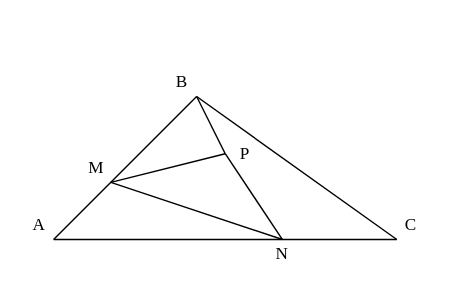
Earlier version of the draw.io diagram page "第 9 页" (9 of 14) of 未命名绘图.drawio (RunningManlt/bj18). Source tidied: cells renumbered, new cells numbered last; positions are measured from the earlier drawing's top-left corner, leaving out a move shared by most shapes. Both pictures are drawn from the tidied source at 143%, with x=0, y=0 at pixel (24, 67).
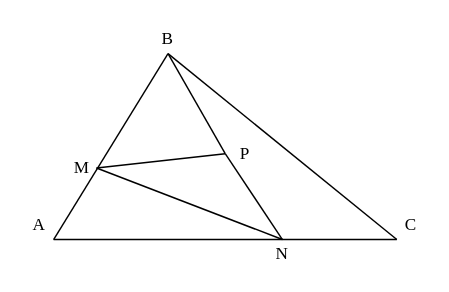
After the change.

Commit message:
更新未命名绘图.drawio

Diff of the diagram source:
```diff
@@
     <mxCell id="3" style="endArrow=none;html=1;" parent="1" edge="1">
       <mxGeometry relative="1" as="geometry">
         <mxPoint x="20" y="120" as="sourcePoint" />
-        <mxPoint x="120" y="20" as="targetPoint" />
+        <mxPoint x="100" y="-10" as="targetPoint" />
       </mxGeometry>
     </mxCell>
     <mxCell id="4" style="endArrow=none;html=1;" parent="1" edge="1">
       <mxGeometry relative="1" as="geometry">
-        <mxPoint x="120" y="20" as="sourcePoint" />
+        <mxPoint x="100" y="-10" as="sourcePoint" />
         <mxPoint x="260" y="120" as="targetPoint" />
       </mxGeometry>
     </mxCell>
-    <mxCell id="5" style="endArrow=none;html=1;" parent="1" edge="1">
+    <mxCell id="5" style="endArrow=none;html=1;entryX=1;entryY=0.5;entryDx=0;entryDy=0;" parent="1" edge="1" target="12">
       <mxGeometry relative="1" as="geometry">
         <mxPoint x="180" y="120" as="sourcePoint" />
-        <mxPoint x="60" y="80" as="targetPoint" />
       </mxGeometry>
     </mxCell>
-    <mxCell id="6" style="endArrow=none;html=1;" parent="1" edge="1">
+    <mxCell id="6" style="endArrow=none;html=1;exitX=1;exitY=0.5;exitDx=0;exitDy=0;" parent="1" edge="1" source="12">
       <mxGeometry relative="1" as="geometry">
-        <mxPoint x="60" y="80" as="sourcePoint" />
         <mxPoint x="140" y="60" as="targetPoint" />
       </mxGeometry>
     </mxCell>
@@
-    <mxCell id="8" style="endArrow=none;html=1;" parent="1" edge="1">
-      <mxGeometry relative="1" as="geometry">
-        <mxPoint x="120" y="20" as="sourcePoint" />
-        <mxPoint x="140" y="60" as="targetPoint" />
-      </mxGeometry>
-    </mxCell>
@@
     <mxCell id="12" value="&lt;font face=&quot;Times New Roman&quot;&gt;M&lt;/font&gt;" style="text;html=1;strokeColor=none;fillColor=none;align=center;verticalAlign=middle;whiteSpace=wrap;rounded=0;" parent="1" vertex="1">
-      <mxGeometry x="40" y="60" width="20" height="20" as="geometry" />
+      <mxGeometry x="30" y="60" width="20" height="20" as="geometry" />
     </mxCell>
     <mxCell id="13" value="&lt;font face=&quot;Times New Roman&quot;&gt;B&lt;/font&gt;" style="text;html=1;strokeColor=none;fillColor=none;align=center;verticalAlign=middle;whiteSpace=wrap;rounded=0;" parent="1" vertex="1">
-      <mxGeometry x="100" width="20" height="20" as="geometry" />
+      <mxGeometry x="90" y="-30" width="20" height="20" as="geometry" />
     </mxCell>
@@
+    <mxCell id="15" style="endArrow=none;html=1;entryX=0.5;entryY=1;entryDx=0;entryDy=0;" parent="1" edge="1" target="13">
+      <mxGeometry relative="1" as="geometry">
+        <mxPoint x="140" y="60" as="sourcePoint" />
+      </mxGeometry>
+    </mxCell>
```
